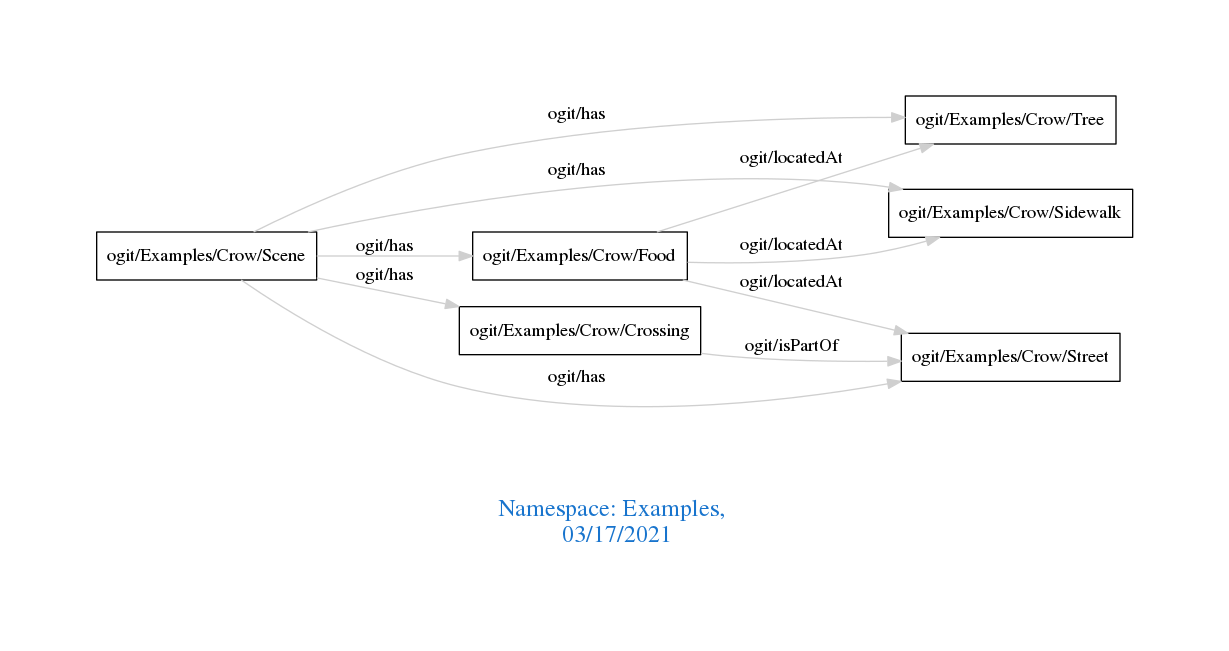
Earlier version of the Graphviz export downloads/Examples.png (arago/OGIT). Its source is kept beside it as downloads/Examples.dot. Source of this version:
```dot
digraph OGIT_ontology {
 graph [ rankdir= LR,pad=1
fontsize = 18,
fontcolor= dodgerblue3,label = "\n\n\nNamespace: Examples, \n 03/17/2021"];
node[shape=polygon];
edge [  color="gray81"];

   "ogit/Examples/Crow/Food" -> "ogit/Examples/Crow/Tree" [label="   ogit/locatedAt    "];
   "ogit/Examples/Crow/Food" -> "ogit/Examples/Crow/Street" [label="   ogit/locatedAt    "];
   "ogit/Examples/Crow/Food" -> "ogit/Examples/Crow/Sidewalk" [label="   ogit/locatedAt    "];
   "ogit/Examples/Crow/Scene" -> "ogit/Examples/Crow/Food" [label="   ogit/has    "];
   "ogit/Examples/Crow/Scene" -> "ogit/Examples/Crow/Tree" [label="   ogit/has    "];
   "ogit/Examples/Crow/Scene" -> "ogit/Examples/Crow/Street" [label="   ogit/has    "];
   "ogit/Examples/Crow/Scene" -> "ogit/Examples/Crow/Crossing" [label="   ogit/has    "];
   "ogit/Examples/Crow/Scene" -> "ogit/Examples/Crow/Sidewalk" [label="   ogit/has    "];
   "ogit/Examples/Crow/Crossing" -> "ogit/Examples/Crow/Street" [label="   ogit/isPartOf    "];
}
```
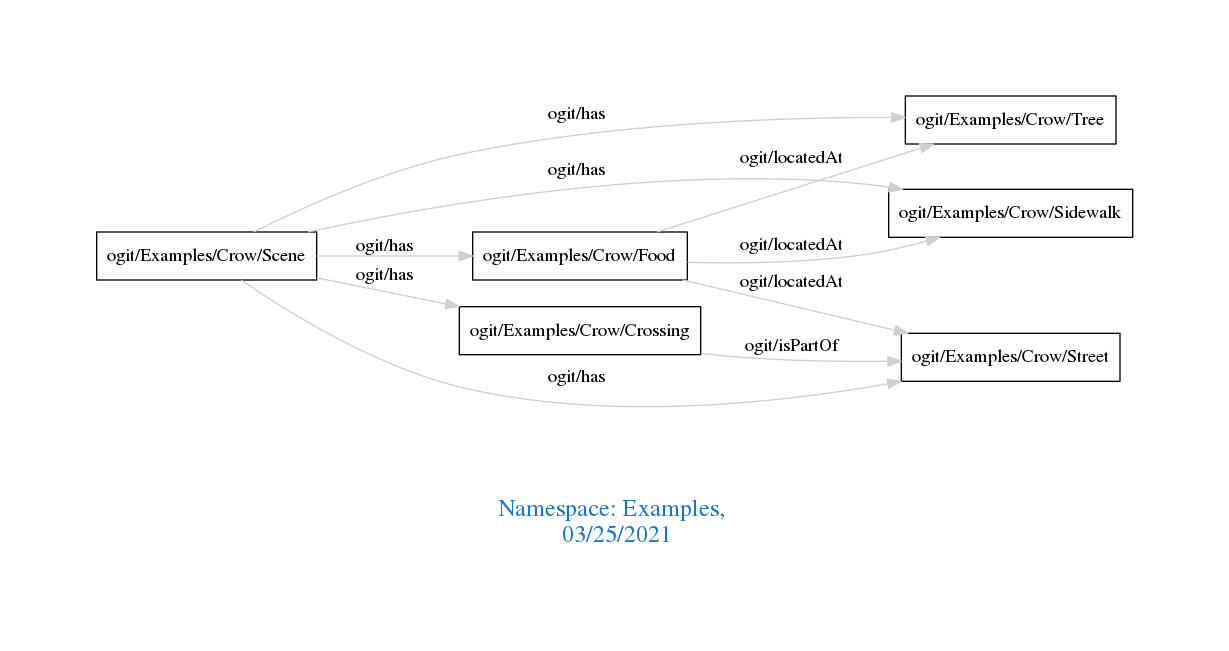
After the change.

The edit, as a diff of the source:
```diff
@@ -1,7 +1,7 @@
 digraph OGIT_ontology {
  graph [ rankdir= LR,pad=1
 fontsize = 18,
-fontcolor= dodgerblue3,label = "\n\n\nNamespace: Examples, \n 03/17/2021"];
+fontcolor= dodgerblue3,label = "\n\n\nNamespace: Examples, \n 03/25/2021"];
 node[shape=polygon];
 edge [  color="gray81"];
 
```
